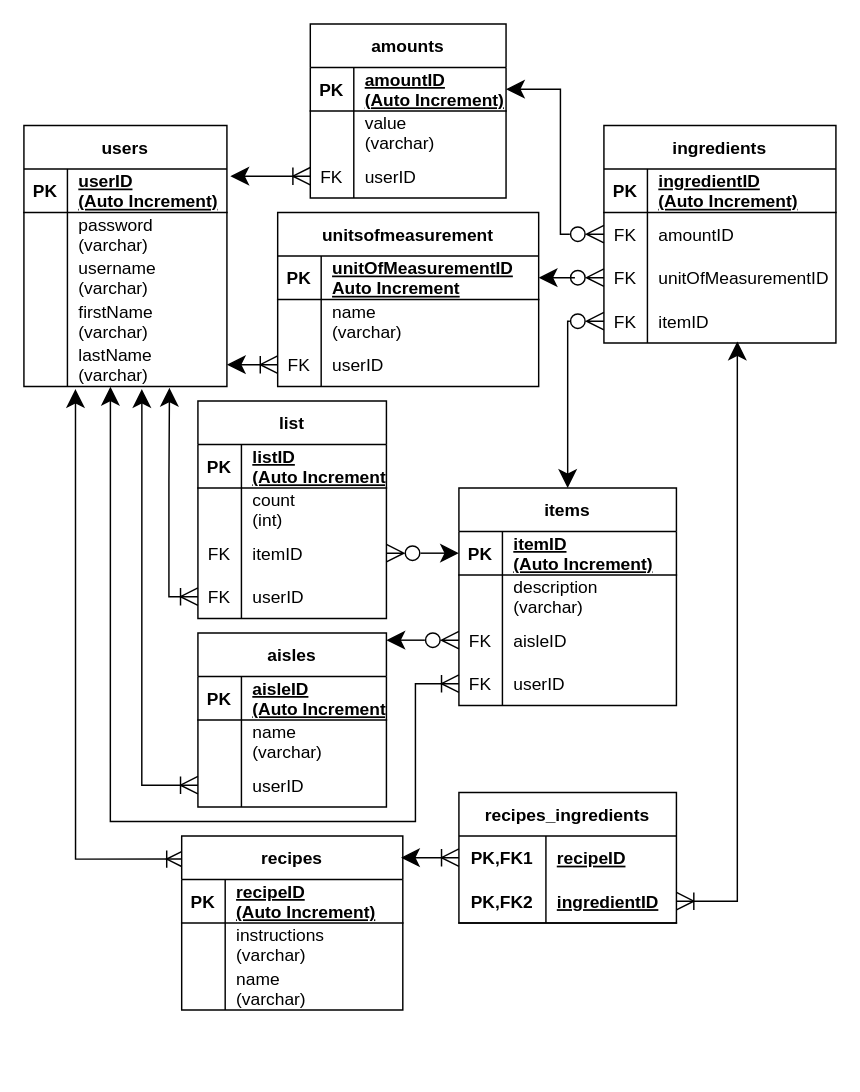
squeekems/groceriesbyrecipe keeps this draw.io diagram as GBR ERD.drawio. Above is the earlier version. Source tidied: cells renumbered, new cells numbered last; positions are measured from the earlier drawing's top-left corner, leaving out a move shared by most shapes. Both pictures are drawn from the tidied source at 145%, with x=0, y=0 at pixel (23, 23).
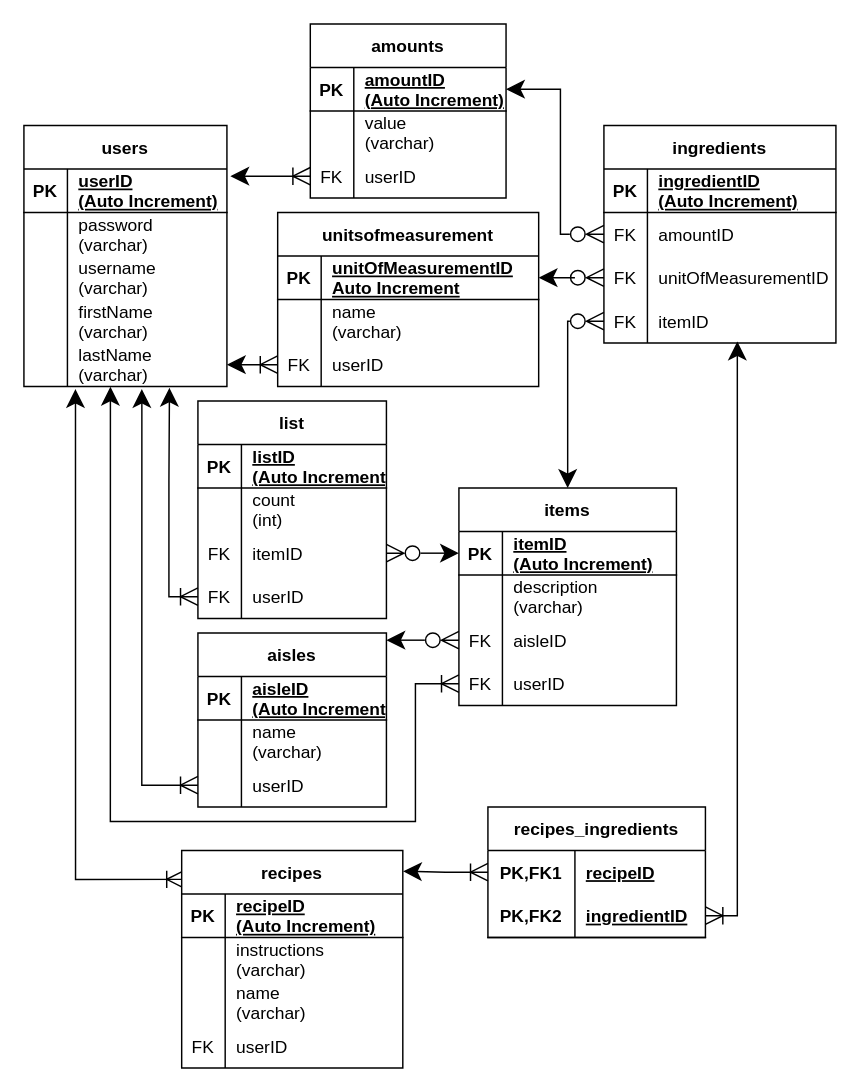
After the change.

Unchanged cells that the change refers to:
```xml
<mxCell id="15" style="shape=tableRow;horizontal=0;startSize=0;swimlaneHead=0;swimlaneBody=0;fillColor=none;points=[[0,0.5],[1,0.5]];portConstraint=eastwest;top=0;left=0;right=0;bottom=0;" parent="2" vertex="1">
  <mxGeometry y="150" width="140" height="30" as="geometry" />
</mxCell>
<mxCell id="81" style="shape=tableRow;horizontal=0;startSize=0;swimlaneHead=0;swimlaneBody=0;fillColor=none;points=[[0,0.5],[1,0.5]];portConstraint=eastwest;top=0;left=0;right=0;bottom=0;" parent="80" vertex="1">
  <mxGeometry y="30" width="150" height="30" as="geometry" />
</mxCell>
```

Diff of the diagram source:
```diff
@@
     <mxCell id="47" style="edgeStyle=orthogonalEdgeStyle;rounded=0;jettySize=auto;html=1;startArrow=ERoneToMany;startFill=0;startSize=10;endSize=10;exitX=0.011;exitY=0.133;exitDx=0;exitDy=0;exitPerimeter=0;entryX=0.254;entryY=1.061;entryDx=0;entryDy=0;entryPerimeter=0;" parent="1" edge="1" source="48" target="15">
       <mxGeometry relative="1" as="geometry">
         <Array as="points">
-          <mxPoint x="36" y="576" />
+          <mxPoint x="36" y="590" />
           <mxPoint x="36" y="252" />
         </Array>
       </mxGeometry>
     </mxCell>
     <mxCell id="48" value="recipes" style="shape=table;startSize=30;childLayout=tableLayout;rowLines=0;fontStyle=1;align=center;rounded=0;shadow=0;sketch=0;fillColor=#FFFFFF;" parent="1" vertex="1">
-      <mxGeometry x="108.8" y="560" width="152.5" height="120" as="geometry" />
+      <mxGeometry x="108.8" y="570" width="152.5" height="150" as="geometry" />
     </mxCell>
@@
+    <mxCell id="117" style="shape=tableRow;horizontal=0;startSize=0;swimlaneHead=0;swimlaneBody=0;fillColor=none;top=0;left=0;right=0;bottom=0;rounded=0;shadow=0;sketch=0;" parent="48" vertex="1">
+      <mxGeometry y="120" width="152.5" height="30" as="geometry" />
+    </mxCell>
+    <mxCell id="118" value="FK" style="shape=partialRectangle;fillColor=none;top=0;left=0;bottom=0;right=0;overflow=hidden;rounded=0;shadow=0;sketch=0;" parent="117" vertex="1">
+      <mxGeometry width="30" height="30" as="geometry" />
+    </mxCell>
+    <mxCell id="119" value="userID" style="shape=partialRectangle;fillColor=none;top=0;left=0;bottom=0;right=0;align=left;spacingLeft=6;overflow=hidden;rounded=0;shadow=0;sketch=0;" parent="117" vertex="1">
+      <mxGeometry x="30" width="122.5" height="30" as="geometry" />
+    </mxCell>
@@
-    <mxCell id="79" style="edgeStyle=orthogonalEdgeStyle;rounded=0;jettySize=auto;html=1;startArrow=ERoneToMany;startFill=0;startSize=10;endSize=10;exitX=0;exitY=0.5;exitDx=0;exitDy=0;entryX=0.992;entryY=0.125;entryDx=0;entryDy=0;entryPerimeter=0;" parent="1" edge="1" source="81" target="48">
+    <mxCell id="79" style="edgeStyle=orthogonalEdgeStyle;rounded=0;jettySize=auto;html=1;startArrow=ERoneToMany;startFill=0;startSize=10;endSize=10;exitX=0;exitY=0.5;exitDx=0;exitDy=0;entryX=1.001;entryY=0.096;entryDx=0;entryDy=0;entryPerimeter=0;" parent="1" edge="1" source="81" target="48">
       <mxGeometry relative="1" as="geometry" />
     </mxCell>
     <mxCell id="80" value="recipes_ingredients" style="shape=table;startSize=30;childLayout=tableLayout;rowLines=0;fontStyle=1;align=center;" parent="1" vertex="1">
-      <mxGeometry x="300" y="530" width="150" height="90" as="geometry" />
+      <mxGeometry x="320" y="540" width="150" height="90" as="geometry" />
     </mxCell>
```
